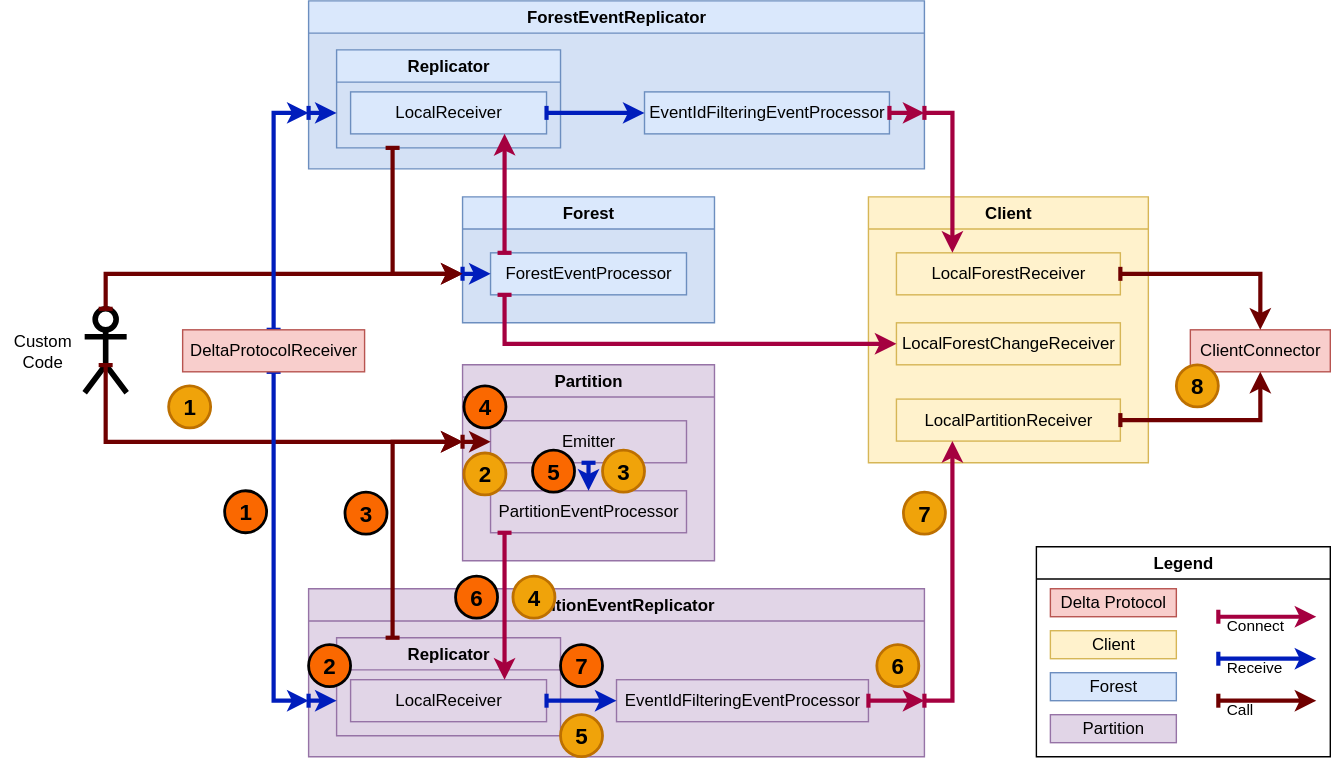
The draw.io diagram docs/processors-allSteps.drawio.svg in LionWeb-io/lionweb-csharp, before a commit. Source tidied: cells renumbered, new cells last; positions are measured from the earlier drawing's top-left corner, leaving out a move shared by most shapes.
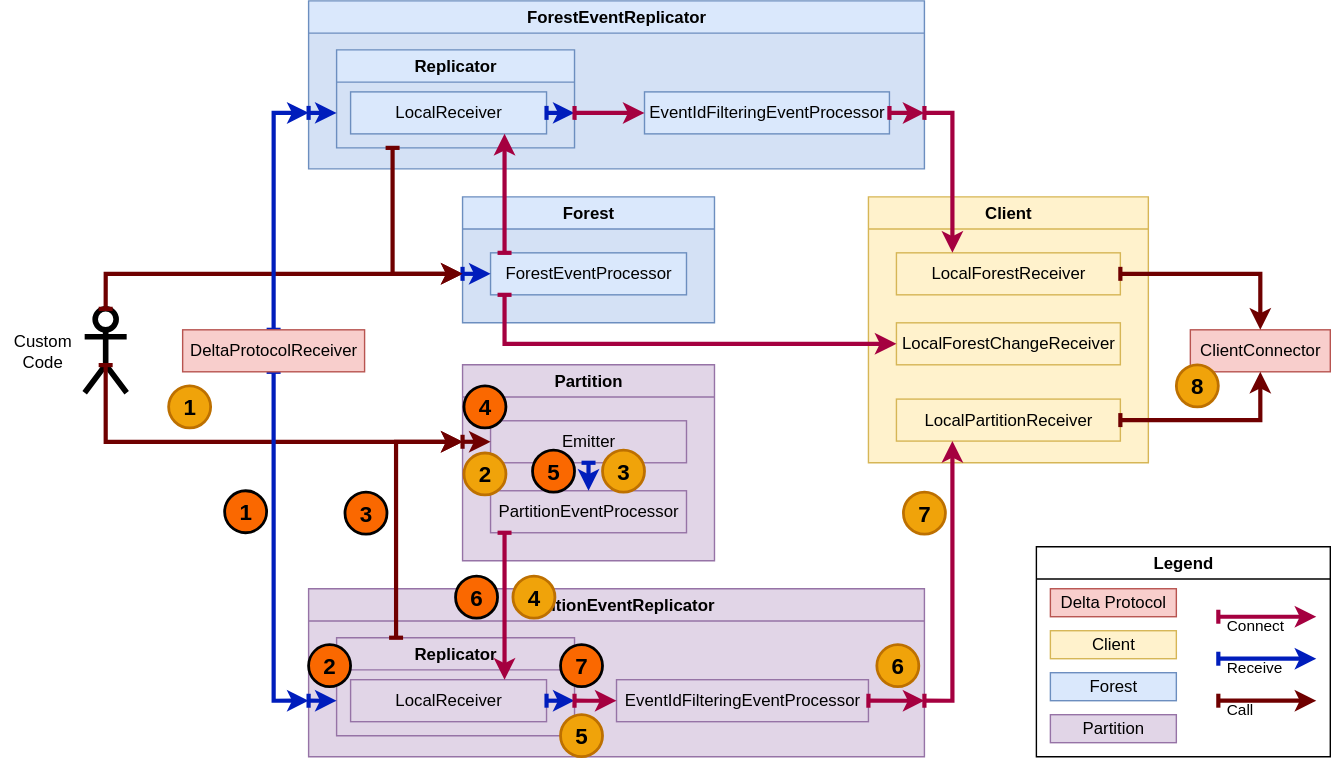
Later version of the same file.

Commit message:
fixed connections in processors doc

Change to the diagram source:
```diff
@@ -31,21 +31,21 @@
     <mxCell id="8" value="ForestEventReplicator" style="swimlane;whiteSpace=wrap;html=1;points=[[0,0,0,0,0],[0,0.25,0,0,0],[0,0.5,0,0,0],[0,1,0,0,-40],[0,1,0,0,0],[0.25,0,0,0,0],[0.25,1,0,0,0],[0.5,0,0,0,0],[0.5,1,0,0,0],[0.75,0,0,0,0],[0.75,1,0,0,0],[1,0,0,0,0],[1,0.25,0,0,0],[1,0.5,0,0,0],[1,1,0,0,-40],[1,1,0,0,0]];fillColor=#dae8fc;strokeColor=#6c8ebf;swimlaneFillColor=#D4E1F5;" parent="1" vertex="1">
       <mxGeometry x="220" width="440" height="120" as="geometry" />
     </mxCell>
-    <mxCell id="9" value="Replicator" style="swimlane;whiteSpace=wrap;html=1;points=[[0,0,0,0,0],[0,0.25,0,0,0],[0,0.5,0,0,0],[0,1,0,0,-25],[0,1,0,0,0],[0,1,0,40,0],[0.25,0,0,0,0],[0.5,0,0,0,0],[0.5,1,0,0,0],[0.75,0,0,0,0],[0.75,1,0,0,0],[1,0,0,0,0],[1,0.25,0,0,0],[1,0.5,0,0,0],[1,0.75,0,0,0],[1,1,0,0,0]];fillColor=#dae8fc;strokeColor=#6c8ebf;gradientColor=none;swimlaneFillColor=#D4E1F5;" parent="8" vertex="1">
-      <mxGeometry x="20" y="35" width="160" height="70" as="geometry" />
+    <mxCell id="9" value="Replicator" style="swimlane;whiteSpace=wrap;html=1;points=[[0,0,0,0,0],[0,0.25,0,0,0],[0,0.5,0,0,0],[0,1,0,0,-25],[0,1,0,0,0],[0,1,0,40,0],[0.25,0,0,0,0],[0.5,0,0,0,0],[0.5,1,0,0,0],[0.75,0,0,0,0],[0.75,1,0,0,0],[1,0,0,0,0],[1,0.25,0,0,0],[1,0.5,0,0,0],[1,1,0,0,-25],[1,1,0,0,0]];fillColor=#dae8fc;strokeColor=#6c8ebf;gradientColor=none;swimlaneFillColor=#D4E1F5;" parent="8" vertex="1">
+      <mxGeometry x="20" y="35" width="170" height="70" as="geometry" />
     </mxCell>
     <mxCell id="10" value="LocalReceiver" style="rounded=0;whiteSpace=wrap;html=1;points=[[0,0,0,0,0],[0,0.25,0,0,0],[0,0.5,0,0,0],[0,0.75,0,0,0],[0,1,0,0,0],[0.25,0,0,0,0],[0.25,1,0,0,0],[0.5,0,0,0,0],[0.5,1,0,0,0],[0.75,0,0,0,0],[1,0,0,0,0],[1,0.25,0,0,0],[1,0.5,0,0,0],[1,0.75,0,0,0],[1,1,0,-30,0],[1,1,0,0,0]];fillColor=#dae8fc;strokeColor=#6c8ebf;" parent="9" vertex="1">
       <mxGeometry x="10" y="30" width="140" height="30" as="geometry" />
     </mxCell>
+    <mxCell id="13" style="edgeStyle=orthogonalEdgeStyle;rounded=0;jettySize=auto;html=1;entryX=1;entryY=1;entryDx=0;entryDy=-25;fillColor=#0050ef;strokeColor=#001DBC;exitX=1;exitY=0.5;exitDx=0;exitDy=0;strokeWidth=3;startArrow=baseDash;startFill=0;exitPerimeter=0;entryPerimeter=0;" parent="9" edge="1" source="10" target="9">
+      <mxGeometry relative="1" as="geometry" />
+    </mxCell>
     <mxCell id="11" value="EventIdFilteringEventProcessor" style="rounded=0;whiteSpace=wrap;html=1;fillColor=#dae8fc;strokeColor=#6c8ebf;" parent="8" vertex="1">
       <mxGeometry x="240" y="65" width="175" height="30" as="geometry" />
     </mxCell>
     <mxCell id="12" style="edgeStyle=orthogonalEdgeStyle;rounded=0;jettySize=auto;html=1;exitX=0;exitY=1;exitDx=0;exitDy=-40;entryX=0;entryY=1;entryDx=0;entryDy=-25;fillColor=#0050ef;strokeColor=#001DBC;entryPerimeter=0;exitPerimeter=0;strokeWidth=3;startArrow=baseDash;startFill=0;" parent="8" edge="1" source="8" target="9">
       <mxGeometry relative="1" as="geometry" />
     </mxCell>
-    <mxCell id="13" style="edgeStyle=orthogonalEdgeStyle;rounded=0;jettySize=auto;html=1;entryX=0;entryY=0.5;entryDx=0;entryDy=0;fillColor=#0050ef;strokeColor=#001DBC;exitX=1;exitY=0.5;exitDx=0;exitDy=0;strokeWidth=3;startArrow=baseDash;startFill=0;" parent="8" edge="1" source="10" target="11">
-      <mxGeometry relative="1" as="geometry" />
-    </mxCell>
     <mxCell id="14" style="edgeStyle=orthogonalEdgeStyle;rounded=0;jettySize=auto;html=1;fillColor=#d80073;strokeColor=#A50040;exitX=1;exitY=0.5;exitDx=0;exitDy=0;entryX=1;entryY=1;entryDx=0;entryDy=-40;entryPerimeter=0;strokeWidth=3;startArrow=baseDash;startFill=0;" parent="8" edge="1" source="11" target="8">
       <mxGeometry relative="1" as="geometry">
         <Array as="points">
@@ -54,6 +54,14 @@
         </Array>
       </mxGeometry>
     </mxCell>
+    <mxCell id="70" style="edgeStyle=orthogonalEdgeStyle;rounded=0;jettySize=auto;html=1;fillColor=#d80073;strokeColor=#A50040;exitX=1;exitY=1;exitDx=0;exitDy=-25;entryX=0;entryY=0.5;entryDx=0;entryDy=0;strokeWidth=3;startArrow=baseDash;startFill=0;exitPerimeter=0;" parent="8" edge="1" source="9" target="11">
+      <mxGeometry relative="1" as="geometry">
+        <Array as="points">
+          <mxPoint x="220" y="80" />
+          <mxPoint x="220" y="80" />
+        </Array>
+      </mxGeometry>
+    </mxCell>
     <mxCell id="15" value="Forest" style="swimlane;whiteSpace=wrap;html=1;points=[[0,0,0,0,0],[0,0.25,0,0,0],[0,0.5,0,0,0],[0,1,0,0,-35],[0,1,0,0,0],[0.25,0,0,0,0],[0.25,1,0,0,0],[0.5,0,0,0,0],[0.5,1,0,0,0],[0.75,0,0,0,0],[0.75,1,0,0,0],[1,0,0,0,0],[1,0.25,0,0,0],[1,0.5,0,0,0],[1,0.75,0,0,0],[1,1,0,0,0]];fillColor=#dae8fc;strokeColor=#6c8ebf;swimlaneFillColor=#D4E1F5;" parent="1" vertex="1">
       <mxGeometry x="330" y="140" width="180" height="90" as="geometry" />
     </mxCell>
@@ -71,12 +79,15 @@
     <mxCell id="18" value="PartitionEventReplicator" style="swimlane;whiteSpace=wrap;html=1;points=[[0,0,0,0,0],[0,0.25,0,0,0],[0,0.5,0,0,0],[0,1,0,0,-40],[0,1,0,0,0],[0.25,0,0,0,0],[0.25,1,0,0,0],[0.5,0,0,0,0],[0.5,1,0,0,0],[0.75,0,0,0,0],[0.75,1,0,0,0],[1,0,0,0,0],[1,0.25,0,0,0],[1,0.5,0,0,0],[1,1,0,0,-40],[1,1,0,0,0]];fillColor=#e1d5e7;strokeColor=#9673a6;swimlaneFillColor=#E1D5E7;" parent="1" vertex="1">
       <mxGeometry x="220" y="420" width="440" height="120" as="geometry" />
     </mxCell>
-    <mxCell id="19" value="Replicator" style="swimlane;whiteSpace=wrap;html=1;points=[[0,0,0,0,0],[0,0.25,0,0,0],[0,0.5,0,0,0],[0,1,0,0,-25],[0,1,0,0,0],[0.25,0,0,0,0],[0.25,1,0,0,0],[0.5,0,0,0,0],[0.5,1,0,0,0],[0.75,0,0,0,0],[0.75,1,0,0,0],[1,0,0,0,0],[1,0.25,0,0,0],[1,0.5,0,0,0],[1,0.75,0,0,0],[1,1,0,0,0]];fillColor=#e1d5e7;strokeColor=#9673a6;swimlaneFillColor=#E1D5E7;" parent="18" vertex="1">
-      <mxGeometry x="20" y="35" width="160" height="70" as="geometry" />
+    <mxCell id="19" value="Replicator" style="swimlane;whiteSpace=wrap;html=1;points=[[0,0,0,0,0],[0,0.25,0,0,0],[0,0.5,0,0,0],[0,1,0,0,-25],[0,1,0,0,0],[0.25,0,0,0,0],[0.25,1,0,0,0],[0.5,0,0,0,0],[0.5,1,0,0,0],[0.75,0,0,0,0],[0.75,1,0,0,0],[1,0,0,0,0],[1,0.25,0,0,0],[1,0.5,0,0,0],[1,1,0,0,-25],[1,1,0,0,0]];fillColor=#e1d5e7;strokeColor=#9673a6;swimlaneFillColor=#E1D5E7;" parent="18" vertex="1">
+      <mxGeometry x="20" y="35" width="170" height="70" as="geometry" />
     </mxCell>
     <mxCell id="20" value="LocalReceiver" style="rounded=0;whiteSpace=wrap;html=1;points=[[0,0,0,0,0],[0,0.25,0,0,0],[0,0.5,0,0,0],[0,0.75,0,0,0],[0,1,0,0,0],[0.25,0,0,0,0],[0.25,1,0,0,0],[0.5,0,0,0,0],[0.5,1,0,0,0],[0.75,1,0,0,0],[1,0,0,-30,0],[1,0,0,0,0],[1,0.25,0,0,0],[1,0.5,0,0,0],[1,0.75,0,0,0],[1,1,0,0,0]];fillColor=#e1d5e7;strokeColor=#9673a6;" parent="19" vertex="1">
       <mxGeometry x="10" y="30" width="140" height="30" as="geometry" />
     </mxCell>
+    <mxCell id="23" style="edgeStyle=orthogonalEdgeStyle;rounded=0;jettySize=auto;html=1;fillColor=#0050ef;strokeColor=#001DBC;strokeWidth=3;startArrow=baseDash;startFill=0;exitX=1;exitY=0.5;exitDx=0;exitDy=0;exitPerimeter=0;entryX=1;entryY=1;entryDx=0;entryDy=-25;entryPerimeter=0;" parent="19" edge="1" source="20" target="19">
+      <mxGeometry relative="1" as="geometry" />
+    </mxCell>
     <mxCell id="21" value="EventIdFilteringEventProcessor" style="rounded=0;whiteSpace=wrap;html=1;fillColor=#e1d5e7;strokeColor=#9673a6;" parent="18" vertex="1">
       <mxGeometry x="220" y="65" width="180" height="30" as="geometry" />
     </mxCell>
@@ -88,9 +99,6 @@
         </Array>
       </mxGeometry>
     </mxCell>
-    <mxCell id="23" style="edgeStyle=orthogonalEdgeStyle;rounded=0;jettySize=auto;html=1;entryX=0;entryY=0.5;entryDx=0;entryDy=0;fillColor=#0050ef;strokeColor=#001DBC;exitX=1;exitY=0.5;exitDx=0;exitDy=0;strokeWidth=3;startArrow=baseDash;startFill=0;" parent="18" edge="1" source="20" target="21">
-      <mxGeometry relative="1" as="geometry" />
-    </mxCell>
     <mxCell id="24" style="edgeStyle=orthogonalEdgeStyle;rounded=0;jettySize=auto;html=1;fillColor=#d80073;strokeColor=#A50040;exitX=1;exitY=0.5;exitDx=0;exitDy=0;strokeWidth=3;startArrow=baseDash;startFill=0;" parent="18" edge="1" source="21">
       <mxGeometry relative="1" as="geometry">
         <mxPoint x="440" y="80" as="targetPoint" />
@@ -100,6 +108,14 @@
         </Array>
       </mxGeometry>
     </mxCell>
+    <mxCell id="71" style="edgeStyle=orthogonalEdgeStyle;rounded=0;jettySize=auto;html=1;fillColor=#d80073;strokeColor=#A50040;exitX=1;exitY=1;exitDx=0;exitDy=-25;strokeWidth=3;startArrow=baseDash;startFill=0;exitPerimeter=0;entryX=0;entryY=0.5;entryDx=0;entryDy=0;" parent="18" edge="1" source="19" target="21">
+      <mxGeometry relative="1" as="geometry">
+        <Array as="points">
+          <mxPoint x="200" y="80" />
+          <mxPoint x="200" y="80" />
+        </Array>
+      </mxGeometry>
+    </mxCell>
     <mxCell id="25" value="Partition" style="swimlane;whiteSpace=wrap;html=1;points=[[0,0,0,0,0],[0,0,0,0,55],[0,0.5,0,0,0],[0,0.75,0,0,0],[0,1,0,0,0],[0.25,0,0,0,0],[0.25,1,0,0,0],[0.5,0,0,0,0],[0.5,1,0,0,0],[0.75,0,0,0,0],[0.75,1,0,0,0],[1,0,0,0,0],[1,0.25,0,0,0],[1,0.5,0,0,0],[1,0.75,0,0,0],[1,1,0,0,0]];fillColor=#e1d5e7;strokeColor=#9673a6;swimlaneFillColor=#E1D5E7;" parent="1" vertex="1">
       <mxGeometry x="330" y="260" width="180" height="140" as="geometry" />
     </mxCell>
@@ -123,7 +139,7 @@
     <mxCell id="30" style="edgeStyle=orthogonalEdgeStyle;rounded=0;jettySize=auto;html=1;exitX=0.25;exitY=0;exitDx=0;exitDy=0;fillColor=#a20025;strokeColor=#6F0000;entryX=0;entryY=0;entryDx=0;entryDy=55;entryPerimeter=0;strokeWidth=3;startArrow=baseDash;startFill=0;" parent="1" edge="1" source="19" target="25">
       <mxGeometry relative="1" as="geometry">
         <Array as="points">
-          <mxPoint x="280" y="315" />
+          <mxPoint x="283" y="315" />
         </Array>
       </mxGeometry>
     </mxCell>
```
